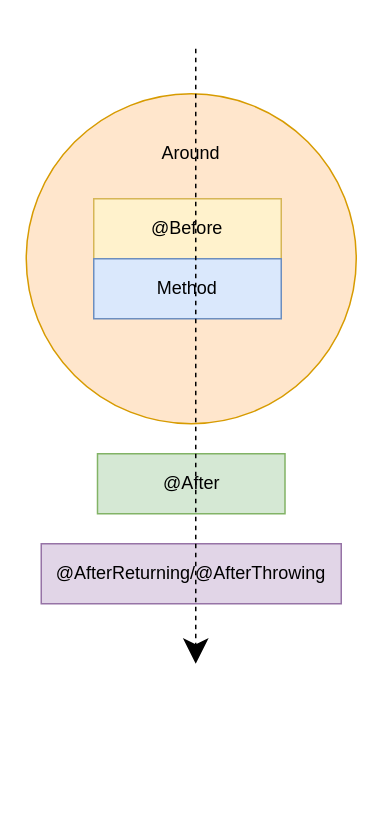
Earlier version of the draw.io diagram spring-aop/spring aop切面执行顺序.drawio (erlieStar/diagrams). Source tidied: cells renumbered, new cells numbered last; positions are measured from the earlier drawing's top-left corner, leaving out a move shared by most shapes. Both pictures are drawn from the tidied source at 150%, with x=0, y=0 at pixel (26, 48).
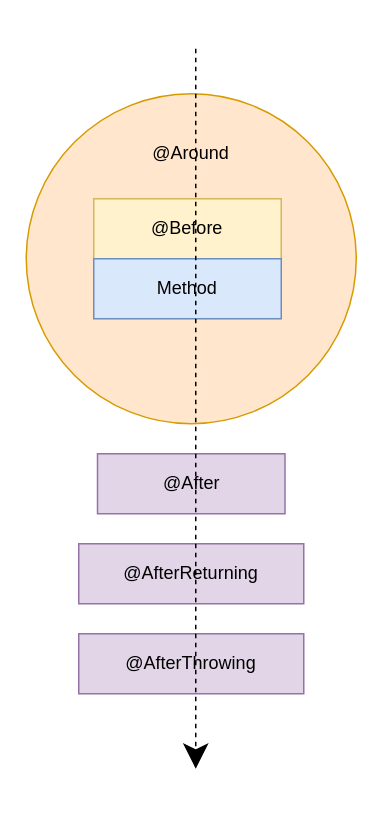
After the change.

Diff of the diagram source:
```diff
@@
 <mxGraphModel>
   <root>
     <mxCell id="0" />
     <mxCell id="1" parent="0" />
     <mxCell id="2" style="ellipse;whiteSpace=wrap;html=1;hachureGap=4;fillColor=#ffe6cc;strokeColor=#d79b00;" parent="1" vertex="1">
       <mxGeometry y="30" width="220" height="220" as="geometry" />
     </mxCell>
     <mxCell id="3" value="@Before" style="rounded=0;whiteSpace=wrap;html=1;hachureGap=4;fillColor=#fff2cc;strokeColor=#d6b656;" parent="1" vertex="1">
       <mxGeometry x="45" y="100" width="125" height="40" as="geometry" />
     </mxCell>
     <mxCell id="4" value="Method" style="rounded=0;whiteSpace=wrap;html=1;hachureGap=4;fillColor=#dae8fc;strokeColor=#6c8ebf;" parent="1" vertex="1">
       <mxGeometry x="45" y="140" width="125" height="40" as="geometry" />
     </mxCell>
-    <mxCell id="5" value="Around" style="text;html=1;strokeColor=none;fillColor=none;align=center;verticalAlign=middle;whiteSpace=wrap;rounded=0;hachureGap=4;" parent="1" vertex="1">
+    <mxCell id="5" value="@Around" style="text;html=1;strokeColor=none;fillColor=none;align=center;verticalAlign=middle;whiteSpace=wrap;rounded=0;hachureGap=4;" parent="1" vertex="1">
       <mxGeometry x="90" y="60" width="40" height="20" as="geometry" />
     </mxCell>
-    <mxCell id="6" value="@After" style="rounded=0;whiteSpace=wrap;html=1;hachureGap=4;fillColor=#d5e8d4;strokeColor=#82b366;" parent="1" vertex="1">
+    <mxCell id="6" value="@After" style="rounded=0;whiteSpace=wrap;html=1;hachureGap=4;fillColor=#e1d5e7;strokeColor=#9673a6;" parent="1" vertex="1">
       <mxGeometry x="47.5" y="270" width="125" height="40" as="geometry" />
     </mxCell>
-    <mxCell id="7" value="@AfterReturning/@AfterThrowing" style="rounded=0;whiteSpace=wrap;html=1;hachureGap=4;fillColor=#e1d5e7;strokeColor=#9673a6;" parent="1" vertex="1">
-      <mxGeometry x="10" y="330" width="200" height="40" as="geometry" />
+    <mxCell id="7" value="@AfterReturning" style="rounded=0;whiteSpace=wrap;html=1;hachureGap=4;fillColor=#e1d5e7;strokeColor=#9673a6;" parent="1" vertex="1">
+      <mxGeometry x="35" y="330" width="150" height="40" as="geometry" />
     </mxCell>
+    <mxCell id="9" value="@AfterThrowing" style="rounded=0;whiteSpace=wrap;html=1;hachureGap=4;fillColor=#e1d5e7;strokeColor=#9673a6;" parent="1" vertex="1">
+      <mxGeometry x="35" y="390" width="150" height="40" as="geometry" />
+    </mxCell>
     <mxCell id="8" style="endArrow=classic;html=1;startSize=14;endSize=14;sourcePerimeterSpacing=8;targetPerimeterSpacing=8;dashed=1;" parent="1" edge="1">
       <mxGeometry relative="1" as="geometry">
         <mxPoint x="113" as="sourcePoint" />
-        <mxPoint x="113" y="410" as="targetPoint" />
+        <mxPoint x="113" y="480" as="targetPoint" />
       </mxGeometry>
     </mxCell>
   </root>
 </mxGraphModel>
```
